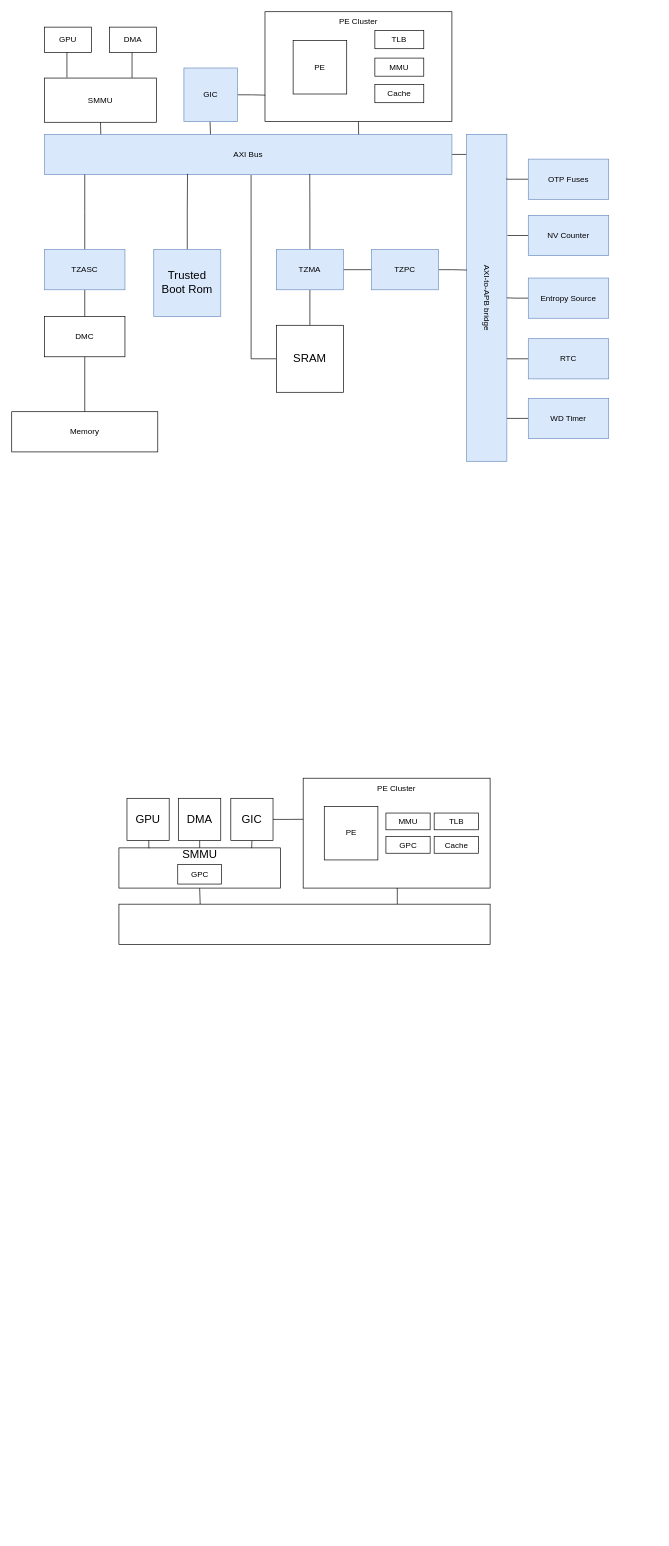
Before: p3.drawio in EdisonE3/vue_learn, a draw.io diagram. Source tidied: cells renumbered, new cells numbered last; positions are measured from the earlier drawing's top-left corner, leaving out a move shared by most shapes. Both pictures are drawn from the tidied source at 67%, with x=0, y=0 at pixel (11, 11).
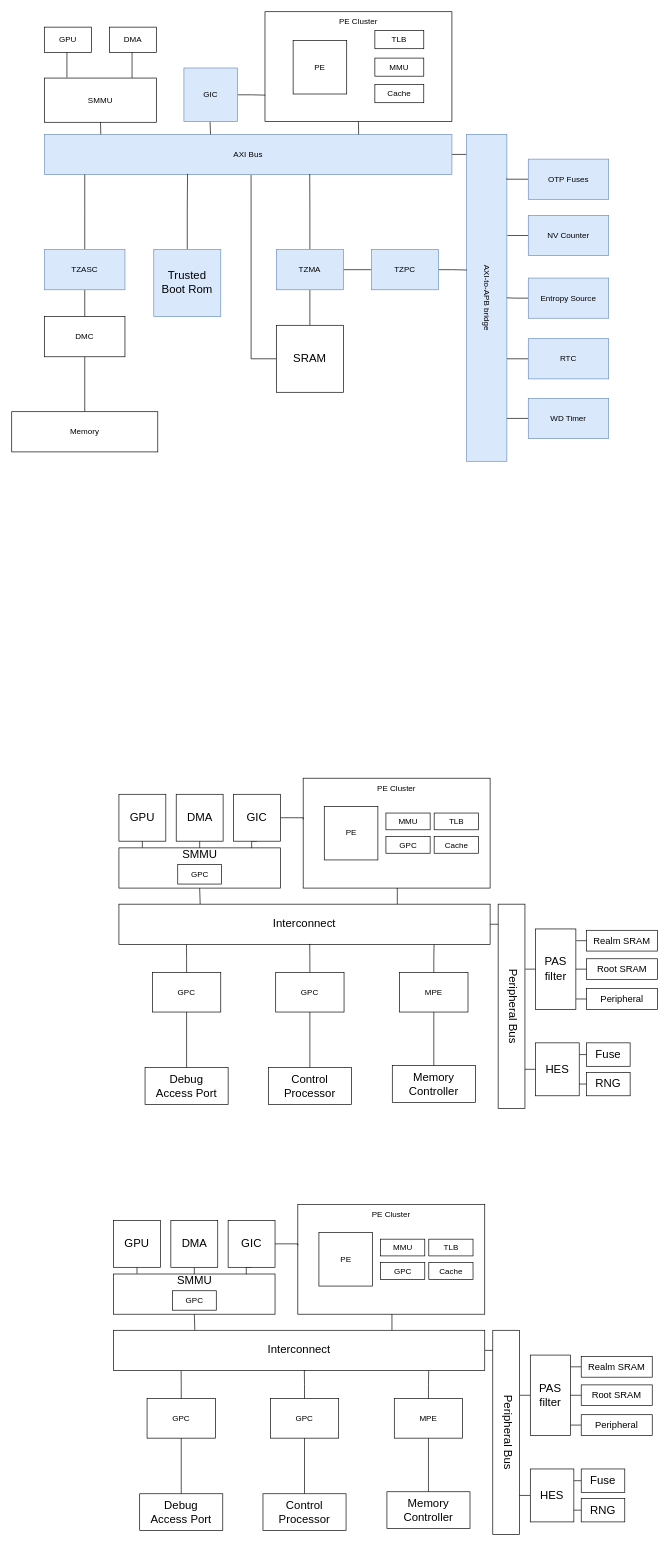
Above is the later version.

Unchanged cells that the change refers to:
```xml
<mxCell id="51" style="rounded=0;whiteSpace=wrap;html=1;fontSize=17;" parent="1" vertex="1">
  <mxGeometry x="160" y="1248" width="241" height="60" as="geometry" />
</mxCell>
```

Diff of the diagram source:
```diff
@@
-    <mxCell id="62" style="edgeStyle=orthogonalEdgeStyle;rounded=0;jettySize=auto;html=1;exitX=0.5;exitY=1;exitDx=0;exitDy=0;entryX=0.185;entryY=0.01;entryDx=0;entryDy=0;entryPerimeter=0;fontSize=17;endArrow=none;endFill=0;" parent="1" edge="1" source="63" target="51">
+    <mxCell id="62" style="edgeStyle=orthogonalEdgeStyle;rounded=0;jettySize=auto;html=1;exitX=0.5;exitY=1;exitDx=0;exitDy=0;entryX=0.145;entryY=-0.007;entryDx=0;entryDy=0;entryPerimeter=0;fontSize=17;endArrow=none;endFill=0;" parent="1" edge="1" source="63" target="51">
       <mxGeometry relative="1" as="geometry" />
     </mxCell>
     <mxCell id="63" value="GPU" style="whiteSpace=wrap;html=1;fontSize=17;" parent="1" vertex="1">
-      <mxGeometry x="172" y="1174" width="63" height="63" as="geometry" />
+      <mxGeometry x="160" y="1168" width="70" height="70" as="geometry" />
     </mxCell>
@@
     <mxCell id="65" value="DMA" style="whiteSpace=wrap;html=1;fontSize=17;" parent="1" vertex="1">
-      <mxGeometry x="249" y="1174" width="63" height="63" as="geometry" />
+      <mxGeometry x="245.5" y="1168" width="70" height="70" as="geometry" />
     </mxCell>
@@
     <mxCell id="68" value="GIC" style="whiteSpace=wrap;html=1;fontSize=17;" parent="1" vertex="1">
-      <mxGeometry x="327" y="1174" width="63" height="63" as="geometry" />
+      <mxGeometry x="331" y="1168" width="70" height="70" as="geometry" />
     </mxCell>
+    <mxCell id="70" style="edgeStyle=orthogonalEdgeStyle;rounded=0;jettySize=auto;html=1;exitX=1;exitY=0.5;exitDx=0;exitDy=0;entryX=0.101;entryY=0.978;entryDx=0;entryDy=0;entryPerimeter=0;fontSize=17;endArrow=none;endFill=0;" parent="1" edge="1" source="69" target="84">
+      <mxGeometry relative="1" as="geometry" />
+    </mxCell>
-    <mxCell id="69" style="rounded=0;whiteSpace=wrap;html=1;fontSize=17;" parent="1" vertex="1">
+    <mxCell id="69" value="Interconnect" style="rounded=0;whiteSpace=wrap;html=1;fontSize=17;" parent="1" vertex="1">
       <mxGeometry x="160" y="1332" width="554" height="60" as="geometry" />
     </mxCell>
+    <mxCell id="71" style="edgeStyle=orthogonalEdgeStyle;rounded=0;jettySize=auto;html=1;exitX=0.5;exitY=0;exitDx=0;exitDy=0;entryX=0.182;entryY=1.011;entryDx=0;entryDy=0;entryPerimeter=0;fontSize=17;endArrow=none;endFill=0;" parent="1" edge="1" source="72" target="69">
+      <mxGeometry relative="1" as="geometry" />
+    </mxCell>
+    <mxCell id="72" value="GPC" style="rounded=0;whiteSpace=wrap;html=1;" parent="1" vertex="1">
+      <mxGeometry x="210" y="1434" width="102" height="59" as="geometry" />
+    </mxCell>
+    <mxCell id="73" style="edgeStyle=orthogonalEdgeStyle;rounded=0;jettySize=auto;html=1;exitX=0.5;exitY=0;exitDx=0;exitDy=0;entryX=0.5;entryY=1;entryDx=0;entryDy=0;fontSize=17;endArrow=none;endFill=0;" parent="1" edge="1" source="74" target="72">
+      <mxGeometry relative="1" as="geometry" />
+    </mxCell>
+    <mxCell id="74" value="Debug &lt;br&gt;Access Port" style="rounded=0;whiteSpace=wrap;html=1;fontSize=17;" parent="1" vertex="1">
+      <mxGeometry x="199" y="1576" width="124" height="55" as="geometry" />
+    </mxCell>
+    <mxCell id="75" style="edgeStyle=orthogonalEdgeStyle;rounded=0;jettySize=auto;html=1;exitX=0.5;exitY=0;exitDx=0;exitDy=0;entryX=0.514;entryY=0.988;entryDx=0;entryDy=0;entryPerimeter=0;fontSize=17;endArrow=none;endFill=0;" parent="1" edge="1" source="76" target="69">
+      <mxGeometry relative="1" as="geometry" />
+    </mxCell>
+    <mxCell id="76" value="GPC" style="rounded=0;whiteSpace=wrap;html=1;" parent="1" vertex="1">
+      <mxGeometry x="394" y="1434" width="102" height="59" as="geometry" />
+    </mxCell>
+    <mxCell id="77" style="edgeStyle=orthogonalEdgeStyle;rounded=0;jettySize=auto;html=1;exitX=0.5;exitY=0;exitDx=0;exitDy=0;entryX=0.849;entryY=1.007;entryDx=0;entryDy=0;entryPerimeter=0;fontSize=17;endArrow=none;endFill=0;" parent="1" edge="1" source="79" target="69">
+      <mxGeometry relative="1" as="geometry" />
+    </mxCell>
+    <mxCell id="78" style="edgeStyle=orthogonalEdgeStyle;rounded=0;jettySize=auto;html=1;exitX=0.5;exitY=1;exitDx=0;exitDy=0;entryX=0.5;entryY=0;entryDx=0;entryDy=0;fontSize=17;endArrow=none;endFill=0;" parent="1" edge="1" source="79" target="82">
+      <mxGeometry relative="1" as="geometry" />
+    </mxCell>
+    <mxCell id="79" value="MPE" style="rounded=0;whiteSpace=wrap;html=1;" parent="1" vertex="1">
+      <mxGeometry x="579" y="1434" width="102" height="59" as="geometry" />
+    </mxCell>
+    <mxCell id="80" style="edgeStyle=orthogonalEdgeStyle;rounded=0;jettySize=auto;html=1;exitX=0.5;exitY=0;exitDx=0;exitDy=0;entryX=0.5;entryY=1;entryDx=0;entryDy=0;fontSize=17;endArrow=none;endFill=0;" parent="1" edge="1" source="81" target="76">
+      <mxGeometry relative="1" as="geometry" />
+    </mxCell>
+    <mxCell id="81" value="Control Processor" style="rounded=0;whiteSpace=wrap;html=1;fontSize=17;" parent="1" vertex="1">
+      <mxGeometry x="383" y="1576" width="124" height="55" as="geometry" />
+    </mxCell>
+    <mxCell id="82" value="Memory Controller" style="rounded=0;whiteSpace=wrap;html=1;fontSize=17;" parent="1" vertex="1">
+      <mxGeometry x="568" y="1573" width="124" height="55" as="geometry" />
+    </mxCell>
+    <mxCell id="83" style="group;" parent="1" vertex="1">
+      <mxGeometry x="726" y="1332" width="40" height="305" as="geometry" />
+    </mxCell>
+    <mxCell id="84" style="rounded=0;whiteSpace=wrap;html=1;fontSize=17;direction=south;" parent="83" vertex="1">
+      <mxGeometry width="40" height="305" as="geometry" />
+    </mxCell>
+    <mxCell id="85" value="Peripheral Bus" style="text;html=1;strokeColor=none;fillColor=none;align=center;verticalAlign=middle;whiteSpace=wrap;rounded=0;fontSize=17;rotation=90;" parent="83" vertex="1">
+      <mxGeometry x="-44" y="137.5" width="132" height="30" as="geometry" />
+    </mxCell>
+    <mxCell id="86" style="edgeStyle=orthogonalEdgeStyle;rounded=0;jettySize=auto;html=1;exitX=0.5;exitY=1;exitDx=0;exitDy=0;entryX=0.318;entryY=-0.013;entryDx=0;entryDy=0;entryPerimeter=0;fontSize=14;endArrow=none;endFill=0;" parent="1" edge="1" source="87" target="84">
+      <mxGeometry relative="1" as="geometry" />
+    </mxCell>
+    <mxCell id="87" value="PAS filter" style="rounded=0;whiteSpace=wrap;html=1;fontSize=17;direction=south;" parent="1" vertex="1">
+      <mxGeometry x="782" y="1369" width="60" height="120" as="geometry" />
+    </mxCell>
+    <mxCell id="88" style="edgeStyle=orthogonalEdgeStyle;rounded=0;jettySize=auto;html=1;exitX=0;exitY=0.5;exitDx=0;exitDy=0;entryX=0.809;entryY=0;entryDx=0;entryDy=0;entryPerimeter=0;fontSize=17;endArrow=none;endFill=0;" parent="1" edge="1" source="89" target="84">
+      <mxGeometry relative="1" as="geometry" />
+    </mxCell>
+    <mxCell id="89" value="HES" style="rounded=0;whiteSpace=wrap;html=1;fontSize=17;" parent="1" vertex="1">
+      <mxGeometry x="782" y="1539" width="65" height="79" as="geometry" />
+    </mxCell>
+    <mxCell id="90" style="edgeStyle=orthogonalEdgeStyle;rounded=0;jettySize=auto;html=1;exitX=0;exitY=0.5;exitDx=0;exitDy=0;entryX=0.146;entryY=-0.009;entryDx=0;entryDy=0;entryPerimeter=0;fontSize=14;endArrow=none;endFill=0;" parent="1" edge="1" source="91" target="87">
+      <mxGeometry relative="1" as="geometry" />
+    </mxCell>
+    <mxCell id="91" value="&lt;font style=&quot;font-size: 14px;&quot;&gt;Realm SRAM&lt;/font&gt;" style="rounded=0;whiteSpace=wrap;html=1;fontSize=17;" parent="1" vertex="1">
+      <mxGeometry x="858" y="1371" width="106" height="31" as="geometry" />
+    </mxCell>
+    <mxCell id="92" style="edgeStyle=orthogonalEdgeStyle;rounded=0;jettySize=auto;html=1;exitX=0;exitY=0.5;exitDx=0;exitDy=0;entryX=1.005;entryY=0.214;entryDx=0;entryDy=0;entryPerimeter=0;fontSize=17;endArrow=none;endFill=0;" parent="1" edge="1" source="93" target="89">
+      <mxGeometry relative="1" as="geometry" />
+    </mxCell>
+    <mxCell id="93" value="Fuse" style="rounded=0;whiteSpace=wrap;html=1;fontSize=17;" parent="1" vertex="1">
+      <mxGeometry x="858" y="1539" width="65" height="35" as="geometry" />
+    </mxCell>
+    <mxCell id="94" style="edgeStyle=orthogonalEdgeStyle;rounded=0;jettySize=auto;html=1;exitX=0;exitY=0.5;exitDx=0;exitDy=0;entryX=1;entryY=0.783;entryDx=0;entryDy=0;entryPerimeter=0;fontSize=17;endArrow=none;endFill=0;" parent="1" edge="1" source="95" target="89">
+      <mxGeometry relative="1" as="geometry" />
+    </mxCell>
+    <mxCell id="95" value="RNG" style="rounded=0;whiteSpace=wrap;html=1;fontSize=17;" parent="1" vertex="1">
+      <mxGeometry x="858" y="1583" width="65" height="35" as="geometry" />
+    </mxCell>
+    <mxCell id="96" style="edgeStyle=orthogonalEdgeStyle;rounded=0;jettySize=auto;html=1;exitX=0;exitY=0.5;exitDx=0;exitDy=0;entryX=0.5;entryY=0;entryDx=0;entryDy=0;fontSize=14;endArrow=none;endFill=0;" parent="1" edge="1" source="97" target="87">
+      <mxGeometry relative="1" as="geometry" />
+    </mxCell>
+    <mxCell id="97" value="&lt;font style=&quot;font-size: 14px;&quot;&gt;Root SRAM&lt;/font&gt;" style="rounded=0;whiteSpace=wrap;html=1;fontSize=17;" parent="1" vertex="1">
+      <mxGeometry x="858" y="1413.5" width="106" height="31" as="geometry" />
+    </mxCell>
+    <mxCell id="98" style="edgeStyle=orthogonalEdgeStyle;rounded=0;jettySize=auto;html=1;exitX=0;exitY=0.5;exitDx=0;exitDy=0;entryX=0.874;entryY=-0.005;entryDx=0;entryDy=0;entryPerimeter=0;fontSize=14;endArrow=none;endFill=0;" parent="1" edge="1" source="99" target="87">
+      <mxGeometry relative="1" as="geometry" />
+    </mxCell>
+    <mxCell id="99" value="&lt;font style=&quot;font-size: 14px;&quot;&gt;Peripheral&lt;/font&gt;" style="rounded=0;whiteSpace=wrap;html=1;fontSize=17;" parent="1" vertex="1">
+      <mxGeometry x="858" y="1458" width="106" height="31" as="geometry" />
+    </mxCell>
+    <mxCell id="100" style="edgeStyle=orthogonalEdgeStyle;rounded=0;jettySize=auto;html=1;exitX=0.5;exitY=1;exitDx=0;exitDy=0;entryX=0.219;entryY=0.009;entryDx=0;entryDy=0;entryPerimeter=0;fontSize=17;endArrow=none;endFill=0;" parent="1" edge="1" source="101" target="120">
+      <mxGeometry relative="1" as="geometry" />
+    </mxCell>
+    <mxCell id="101" style="rounded=0;whiteSpace=wrap;html=1;fontSize=17;" parent="1" vertex="1">
+      <mxGeometry x="152" y="1884" width="241" height="60" as="geometry" />
+    </mxCell>
+    <mxCell id="102" style="edgeStyle=orthogonalEdgeStyle;rounded=0;jettySize=auto;html=1;exitX=0.5;exitY=1;exitDx=0;exitDy=0;entryX=0.75;entryY=0;entryDx=0;entryDy=0;fontSize=17;endArrow=none;endFill=0;" parent="1" edge="1" source="103" target="120">
+      <mxGeometry relative="1" as="geometry" />
+    </mxCell>
+    <mxCell id="103" style="rounded=0;whiteSpace=wrap;html=1;" parent="1" vertex="1">
+      <mxGeometry x="427" y="1780" width="279" height="164" as="geometry" />
+    </mxCell>
+    <mxCell id="104" value="PE" style="whiteSpace=wrap;html=1;" parent="1" vertex="1">
+      <mxGeometry x="458.5" y="1822" width="80" height="80" as="geometry" />
+    </mxCell>
+    <mxCell id="105" value="MMU" style="rounded=0;whiteSpace=wrap;html=1;" parent="1" vertex="1">
+      <mxGeometry x="550.5" y="1832" width="66" height="25" as="geometry" />
+    </mxCell>
+    <mxCell id="106" value="PE Cluster" style="text;html=1;strokeColor=none;fillColor=none;align=center;verticalAlign=middle;whiteSpace=wrap;rounded=0;" parent="1" vertex="1">
+      <mxGeometry x="523" y="1780" width="87" height="30" as="geometry" />
+    </mxCell>
+    <mxCell id="107" value="TLB" style="rounded=0;whiteSpace=wrap;html=1;" parent="1" vertex="1">
+      <mxGeometry x="622.5" y="1832" width="66" height="25" as="geometry" />
+    </mxCell>
+    <mxCell id="108" value="GPC" style="rounded=0;whiteSpace=wrap;html=1;" parent="1" vertex="1">
+      <mxGeometry x="550.5" y="1867" width="66" height="25" as="geometry" />
+    </mxCell>
+    <mxCell id="109" value="Cache" style="rounded=0;whiteSpace=wrap;html=1;" parent="1" vertex="1">
+      <mxGeometry x="622.5" y="1867" width="66" height="25" as="geometry" />
+    </mxCell>
+    <mxCell id="110" value="GPC" style="rounded=0;whiteSpace=wrap;html=1;" parent="1" vertex="1">
+      <mxGeometry x="239.8" y="1909" width="65.5" height="29" as="geometry" />
+    </mxCell>
+    <mxCell id="111" value="SMMU" style="text;html=1;strokeColor=none;fillColor=none;align=center;verticalAlign=middle;whiteSpace=wrap;rounded=0;fontSize=17;" parent="1" vertex="1">
+      <mxGeometry x="232.8" y="1884" width="79.5" height="21" as="geometry" />
+    </mxCell>
+    <mxCell id="112" style="edgeStyle=orthogonalEdgeStyle;rounded=0;jettySize=auto;html=1;exitX=0.5;exitY=1;exitDx=0;exitDy=0;entryX=0.145;entryY=-0.007;entryDx=0;entryDy=0;entryPerimeter=0;fontSize=17;endArrow=none;endFill=0;" parent="1" edge="1" source="113" target="101">
+      <mxGeometry relative="1" as="geometry" />
+    </mxCell>
+    <mxCell id="113" value="GPU" style="whiteSpace=wrap;html=1;fontSize=17;" parent="1" vertex="1">
+      <mxGeometry x="152" y="1804" width="70" height="70" as="geometry" />
+    </mxCell>
+    <mxCell id="114" style="edgeStyle=orthogonalEdgeStyle;rounded=0;jettySize=auto;html=1;exitX=0.5;exitY=1;exitDx=0;exitDy=0;entryX=0.5;entryY=0;entryDx=0;entryDy=0;fontSize=17;endArrow=none;endFill=0;" parent="1" edge="1" source="115" target="111">
+      <mxGeometry relative="1" as="geometry" />
+    </mxCell>
+    <mxCell id="115" value="DMA" style="whiteSpace=wrap;html=1;fontSize=17;" parent="1" vertex="1">
+      <mxGeometry x="237.5" y="1804" width="70" height="70" as="geometry" />
+    </mxCell>
+    <mxCell id="116" style="edgeStyle=orthogonalEdgeStyle;rounded=0;jettySize=auto;html=1;exitX=1;exitY=0.5;exitDx=0;exitDy=0;entryX=0;entryY=0.374;entryDx=0;entryDy=0;entryPerimeter=0;fontSize=17;endArrow=none;endFill=0;" parent="1" edge="1" source="118" target="103">
+      <mxGeometry relative="1" as="geometry" />
+    </mxCell>
+    <mxCell id="117" style="edgeStyle=orthogonalEdgeStyle;rounded=0;jettySize=auto;html=1;exitX=0.5;exitY=1;exitDx=0;exitDy=0;entryX=0.822;entryY=0.006;entryDx=0;entryDy=0;entryPerimeter=0;fontSize=17;endArrow=none;endFill=0;" parent="1" edge="1" source="118" target="101">
+      <mxGeometry relative="1" as="geometry" />
+    </mxCell>
+    <mxCell id="118" value="GIC" style="whiteSpace=wrap;html=1;fontSize=17;" parent="1" vertex="1">
+      <mxGeometry x="323" y="1804" width="70" height="70" as="geometry" />
+    </mxCell>
+    <mxCell id="119" style="edgeStyle=orthogonalEdgeStyle;rounded=0;jettySize=auto;html=1;exitX=1;exitY=0.5;exitDx=0;exitDy=0;entryX=0.101;entryY=0.978;entryDx=0;entryDy=0;entryPerimeter=0;fontSize=17;endArrow=none;endFill=0;" parent="1" edge="1" source="120" target="134">
+      <mxGeometry relative="1" as="geometry" />
+    </mxCell>
+    <mxCell id="120" value="Interconnect" style="rounded=0;whiteSpace=wrap;html=1;fontSize=17;" parent="1" vertex="1">
+      <mxGeometry x="152" y="1968" width="554" height="60" as="geometry" />
+    </mxCell>
+    <mxCell id="121" style="edgeStyle=orthogonalEdgeStyle;rounded=0;jettySize=auto;html=1;exitX=0.5;exitY=0;exitDx=0;exitDy=0;entryX=0.182;entryY=1.011;entryDx=0;entryDy=0;entryPerimeter=0;fontSize=17;endArrow=none;endFill=0;" parent="1" edge="1" source="122" target="120">
+      <mxGeometry relative="1" as="geometry" />
+    </mxCell>
+    <mxCell id="122" value="GPC" style="rounded=0;whiteSpace=wrap;html=1;" parent="1" vertex="1">
+      <mxGeometry x="202" y="2070" width="102" height="59" as="geometry" />
+    </mxCell>
+    <mxCell id="123" style="edgeStyle=orthogonalEdgeStyle;rounded=0;jettySize=auto;html=1;exitX=0.5;exitY=0;exitDx=0;exitDy=0;entryX=0.5;entryY=1;entryDx=0;entryDy=0;fontSize=17;endArrow=none;endFill=0;" parent="1" edge="1" source="124" target="122">
+      <mxGeometry relative="1" as="geometry" />
+    </mxCell>
+    <mxCell id="124" value="Debug &lt;br&gt;Access Port" style="rounded=0;whiteSpace=wrap;html=1;fontSize=17;" parent="1" vertex="1">
+      <mxGeometry x="191" y="2212" width="124" height="55" as="geometry" />
+    </mxCell>
+    <mxCell id="125" style="edgeStyle=orthogonalEdgeStyle;rounded=0;jettySize=auto;html=1;exitX=0.5;exitY=0;exitDx=0;exitDy=0;entryX=0.514;entryY=0.988;entryDx=0;entryDy=0;entryPerimeter=0;fontSize=17;endArrow=none;endFill=0;" parent="1" edge="1" source="126" target="120">
+      <mxGeometry relative="1" as="geometry" />
+    </mxCell>
+    <mxCell id="126" value="GPC" style="rounded=0;whiteSpace=wrap;html=1;" parent="1" vertex="1">
+      <mxGeometry x="386" y="2070" width="102" height="59" as="geometry" />
+    </mxCell>
+    <mxCell id="127" style="edgeStyle=orthogonalEdgeStyle;rounded=0;jettySize=auto;html=1;exitX=0.5;exitY=0;exitDx=0;exitDy=0;entryX=0.849;entryY=1.007;entryDx=0;entryDy=0;entryPerimeter=0;fontSize=17;endArrow=none;endFill=0;" parent="1" edge="1" source="129" target="120">
+      <mxGeometry relative="1" as="geometry" />
+    </mxCell>
+    <mxCell id="128" style="edgeStyle=orthogonalEdgeStyle;rounded=0;jettySize=auto;html=1;exitX=0.5;exitY=1;exitDx=0;exitDy=0;entryX=0.5;entryY=0;entryDx=0;entryDy=0;fontSize=17;endArrow=none;endFill=0;" parent="1" edge="1" source="129" target="132">
+      <mxGeometry relative="1" as="geometry" />
+    </mxCell>
+    <mxCell id="129" value="MPE" style="rounded=0;whiteSpace=wrap;html=1;" parent="1" vertex="1">
+      <mxGeometry x="571" y="2070" width="102" height="59" as="geometry" />
+    </mxCell>
+    <mxCell id="130" style="edgeStyle=orthogonalEdgeStyle;rounded=0;jettySize=auto;html=1;exitX=0.5;exitY=0;exitDx=0;exitDy=0;entryX=0.5;entryY=1;entryDx=0;entryDy=0;fontSize=17;endArrow=none;endFill=0;" parent="1" edge="1" source="131" target="126">
+      <mxGeometry relative="1" as="geometry" />
+    </mxCell>
+    <mxCell id="131" value="Control Processor" style="rounded=0;whiteSpace=wrap;html=1;fontSize=17;" parent="1" vertex="1">
+      <mxGeometry x="375" y="2212" width="124" height="55" as="geometry" />
+    </mxCell>
+    <mxCell id="132" value="Memory Controller" style="rounded=0;whiteSpace=wrap;html=1;fontSize=17;" parent="1" vertex="1">
+      <mxGeometry x="560" y="2209" width="124" height="55" as="geometry" />
+    </mxCell>
+    <mxCell id="133" style="group;" parent="1" vertex="1">
+      <mxGeometry x="718" y="1968" width="40" height="305" as="geometry" />
+    </mxCell>
+    <mxCell id="134" style="rounded=0;whiteSpace=wrap;html=1;fontSize=17;direction=south;" parent="133" vertex="1">
+      <mxGeometry width="40" height="305" as="geometry" />
+    </mxCell>
+    <mxCell id="135" value="Peripheral Bus" style="text;html=1;strokeColor=none;fillColor=none;align=center;verticalAlign=middle;whiteSpace=wrap;rounded=0;fontSize=17;rotation=90;" parent="133" vertex="1">
+      <mxGeometry x="-44" y="137.5" width="132" height="30" as="geometry" />
+    </mxCell>
+    <mxCell id="136" style="edgeStyle=orthogonalEdgeStyle;rounded=0;jettySize=auto;html=1;exitX=0.5;exitY=1;exitDx=0;exitDy=0;entryX=0.318;entryY=-0.013;entryDx=0;entryDy=0;entryPerimeter=0;fontSize=14;endArrow=none;endFill=0;" parent="1" edge="1" source="137" target="134">
+      <mxGeometry relative="1" as="geometry" />
+    </mxCell>
+    <mxCell id="137" value="PAS filter" style="rounded=0;whiteSpace=wrap;html=1;fontSize=17;direction=south;" parent="1" vertex="1">
+      <mxGeometry x="774" y="2005" width="60" height="120" as="geometry" />
+    </mxCell>
+    <mxCell id="138" style="edgeStyle=orthogonalEdgeStyle;rounded=0;jettySize=auto;html=1;exitX=0;exitY=0.5;exitDx=0;exitDy=0;entryX=0.809;entryY=0;entryDx=0;entryDy=0;entryPerimeter=0;fontSize=17;endArrow=none;endFill=0;" parent="1" edge="1" source="139" target="134">
+      <mxGeometry relative="1" as="geometry" />
+    </mxCell>
+    <mxCell id="139" value="HES" style="rounded=0;whiteSpace=wrap;html=1;fontSize=17;" parent="1" vertex="1">
+      <mxGeometry x="774" y="2175" width="65" height="79" as="geometry" />
+    </mxCell>
+    <mxCell id="140" style="edgeStyle=orthogonalEdgeStyle;rounded=0;jettySize=auto;html=1;exitX=0;exitY=0.5;exitDx=0;exitDy=0;entryX=0.146;entryY=-0.009;entryDx=0;entryDy=0;entryPerimeter=0;fontSize=14;endArrow=none;endFill=0;" parent="1" edge="1" source="141" target="137">
+      <mxGeometry relative="1" as="geometry" />
+    </mxCell>
+    <mxCell id="141" value="&lt;font style=&quot;font-size: 14px;&quot;&gt;Realm SRAM&lt;/font&gt;" style="rounded=0;whiteSpace=wrap;html=1;fontSize=17;" parent="1" vertex="1">
+      <mxGeometry x="850" y="2007" width="106" height="31" as="geometry" />
+    </mxCell>
+    <mxCell id="142" style="edgeStyle=orthogonalEdgeStyle;rounded=0;jettySize=auto;html=1;exitX=0;exitY=0.5;exitDx=0;exitDy=0;entryX=1.005;entryY=0.214;entryDx=0;entryDy=0;entryPerimeter=0;fontSize=17;endArrow=none;endFill=0;" parent="1" edge="1" source="143" target="139">
+      <mxGeometry relative="1" as="geometry" />
+    </mxCell>
+    <mxCell id="143" value="Fuse" style="rounded=0;whiteSpace=wrap;html=1;fontSize=17;" parent="1" vertex="1">
+      <mxGeometry x="850" y="2175" width="65" height="35" as="geometry" />
+    </mxCell>
+    <mxCell id="144" style="edgeStyle=orthogonalEdgeStyle;rounded=0;jettySize=auto;html=1;exitX=0;exitY=0.5;exitDx=0;exitDy=0;entryX=1;entryY=0.783;entryDx=0;entryDy=0;entryPerimeter=0;fontSize=17;endArrow=none;endFill=0;" parent="1" edge="1" source="145" target="139">
+      <mxGeometry relative="1" as="geometry" />
+    </mxCell>
+    <mxCell id="145" value="RNG" style="rounded=0;whiteSpace=wrap;html=1;fontSize=17;" parent="1" vertex="1">
+      <mxGeometry x="850" y="2219" width="65" height="35" as="geometry" />
+    </mxCell>
+    <mxCell id="146" style="edgeStyle=orthogonalEdgeStyle;rounded=0;jettySize=auto;html=1;exitX=0;exitY=0.5;exitDx=0;exitDy=0;entryX=0.5;entryY=0;entryDx=0;entryDy=0;fontSize=14;endArrow=none;endFill=0;" parent="1" edge="1" source="147" target="137">
+      <mxGeometry relative="1" as="geometry" />
+    </mxCell>
+    <mxCell id="147" value="&lt;font style=&quot;font-size: 14px;&quot;&gt;Root SRAM&lt;/font&gt;" style="rounded=0;whiteSpace=wrap;html=1;fontSize=17;" parent="1" vertex="1">
+      <mxGeometry x="850" y="2049.5" width="106" height="31" as="geometry" />
+    </mxCell>
+    <mxCell id="148" style="edgeStyle=orthogonalEdgeStyle;rounded=0;jettySize=auto;html=1;exitX=0;exitY=0.5;exitDx=0;exitDy=0;entryX=0.874;entryY=-0.005;entryDx=0;entryDy=0;entryPerimeter=0;fontSize=14;endArrow=none;endFill=0;" parent="1" edge="1" source="149" target="137">
+      <mxGeometry relative="1" as="geometry" />
+    </mxCell>
+    <mxCell id="149" value="&lt;font style=&quot;font-size: 14px;&quot;&gt;Peripheral&lt;/font&gt;" style="rounded=0;whiteSpace=wrap;html=1;fontSize=17;" parent="1" vertex="1">
+      <mxGeometry x="850" y="2094" width="106" height="31" as="geometry" />
+    </mxCell>
```
